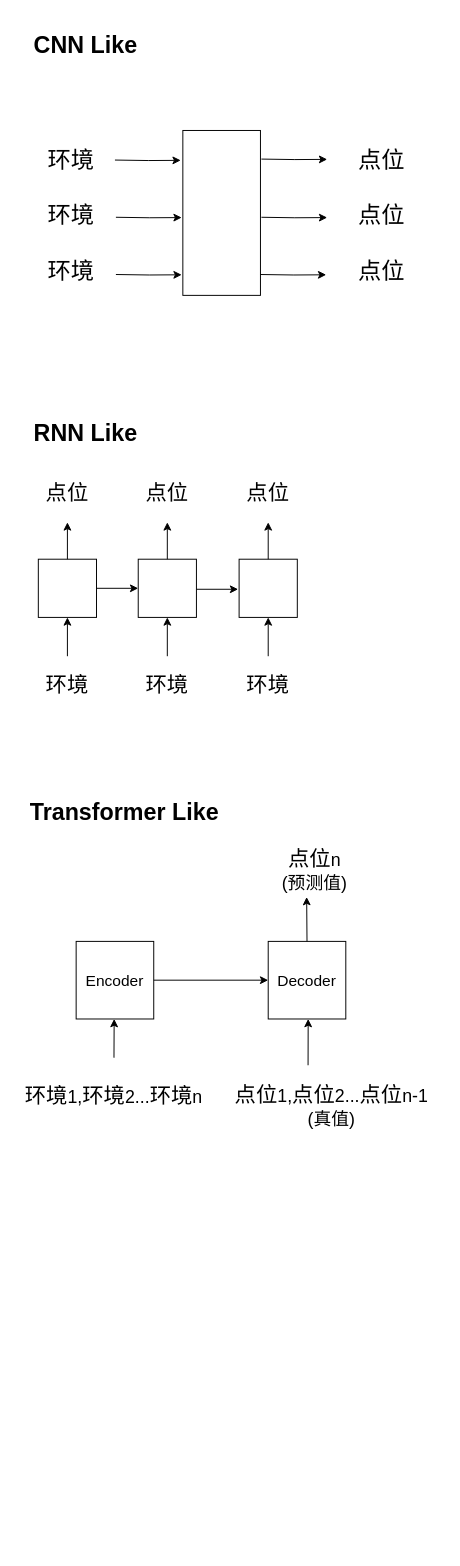
Earlier version of the draw.io diagram 方案.drawio (Yatttin/xcmg). Source tidied: cells renumbered, new cells numbered last; positions are measured from the earlier drawing's top-left corner, leaving out a move shared by most shapes. Both pictures are drawn from the tidied source at 97%, with x=0, y=0 at pixel (16, 16).
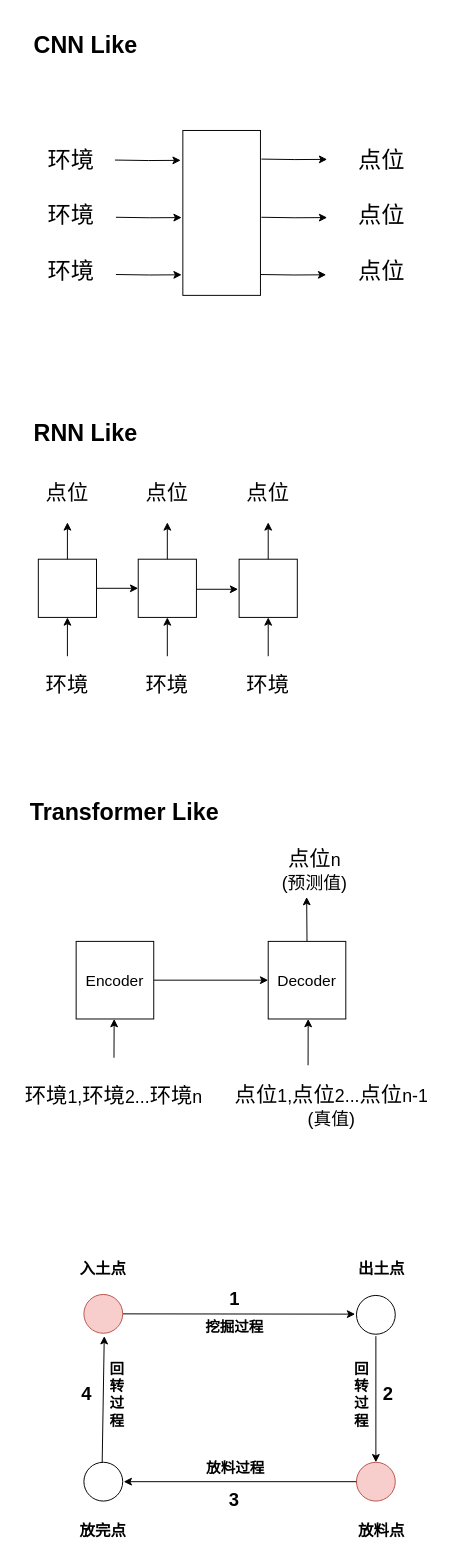
The same page after the edit.

Change to the diagram source:
```diff
@@
+    <mxCell id="41" style="endArrow=classic;html=1;rounded=0;entryX=0.482;entryY=1.034;entryDx=0;entryDy=0;entryPerimeter=0;" parent="1" edge="1" source="43" target="48">
+      <mxGeometry relative="1" as="geometry" />
+    </mxCell>
+    <mxCell id="42" style="endArrow=classic;html=1;rounded=0;" parent="1" edge="1" target="43">
+      <mxGeometry relative="1" as="geometry">
+        <mxPoint x="108" y="1337" as="sourcePoint" />
+      </mxGeometry>
+    </mxCell>
+    <mxCell id="43" style="ellipse;whiteSpace=wrap;html=1;direction=south;fillColor=#f8cecc;strokeColor=#b85450;" parent="1" vertex="1">
+      <mxGeometry x="69" y="1317" width="40" height="40" as="geometry" />
+    </mxCell>
+    <mxCell id="44" value="入土点" style="rounded=0;whiteSpace=wrap;html=1;strokeColor=none;fontSize=16;fontStyle=1;" parent="1" vertex="1">
+      <mxGeometry x="39" y="1270" width="100" height="40" as="geometry" />
+    </mxCell>
+    <mxCell id="45" value="放料点" style="rounded=0;whiteSpace=wrap;html=1;strokeColor=none;fontSize=16;fontStyle=1;" parent="1" vertex="1">
+      <mxGeometry x="326" y="1540" width="100" height="40" as="geometry" />
+    </mxCell>
+    <mxCell id="46" value="放完点" style="rounded=0;whiteSpace=wrap;html=1;strokeColor=none;fontSize=16;fontStyle=1;" parent="1" vertex="1">
+      <mxGeometry x="39" y="1540" width="100" height="40" as="geometry" />
+    </mxCell>
+    <mxCell id="47" value="出土点" style="rounded=0;whiteSpace=wrap;html=1;strokeColor=none;fontSize=16;fontStyle=1;" parent="1" vertex="1">
+      <mxGeometry x="326" y="1270" width="100" height="40" as="geometry" />
+    </mxCell>
+    <mxCell id="48" style="ellipse;whiteSpace=wrap;html=1;direction=south;" parent="1" vertex="1">
+      <mxGeometry x="350" y="1318" width="40" height="40" as="geometry" />
+    </mxCell>
+    <mxCell id="49" style="ellipse;whiteSpace=wrap;html=1;direction=south;fillColor=#f8cecc;strokeColor=#b85450;" parent="1" vertex="1">
+      <mxGeometry x="350" y="1490" width="40" height="40" as="geometry" />
+    </mxCell>
+    <mxCell id="50" style="ellipse;whiteSpace=wrap;html=1;direction=south;" parent="1" vertex="1">
+      <mxGeometry x="69" y="1490" width="40" height="40" as="geometry" />
+    </mxCell>
+    <mxCell id="51" style="endArrow=classic;html=1;rounded=0;" parent="1" edge="1" target="49">
+      <mxGeometry relative="1" as="geometry">
+        <mxPoint x="370" y="1360" as="sourcePoint" />
+      </mxGeometry>
+    </mxCell>
+    <mxCell id="52" style="endArrow=classic;html=1;rounded=0;" parent="1" edge="1">
+      <mxGeometry relative="1" as="geometry">
+        <mxPoint x="350" y="1510" as="sourcePoint" />
+        <mxPoint x="110" y="1510" as="targetPoint" />
+      </mxGeometry>
+    </mxCell>
+    <mxCell id="53" style="endArrow=classic;html=1;rounded=0;exitX=0.012;exitY=0.529;exitDx=0;exitDy=0;exitPerimeter=0;" parent="1" edge="1" source="50">
+      <mxGeometry relative="1" as="geometry">
+        <mxPoint x="90" y="1360" as="targetPoint" />
+      </mxGeometry>
+    </mxCell>
+    <mxCell id="54" value="&lt;b&gt;&lt;font style=&quot;font-size: 19px;&quot;&gt;1&lt;/font&gt;&lt;/b&gt;" style="rounded=0;whiteSpace=wrap;html=1;strokeColor=none;" parent="1" vertex="1">
+      <mxGeometry x="219.5" y="1312" width="9" height="20" as="geometry" />
+    </mxCell>
+    <mxCell id="55" value="&lt;b&gt;&lt;font style=&quot;font-size: 19px;&quot;&gt;2&lt;/font&gt;&lt;/b&gt;" style="rounded=0;whiteSpace=wrap;html=1;strokeColor=none;" parent="1" vertex="1">
+      <mxGeometry x="373" y="1410" width="20" height="20" as="geometry" />
+    </mxCell>
+    <mxCell id="56" value="&lt;b&gt;&lt;font style=&quot;font-size: 19px;&quot;&gt;3&lt;/font&gt;&lt;/b&gt;" style="rounded=0;whiteSpace=wrap;html=1;strokeColor=none;" parent="1" vertex="1">
+      <mxGeometry x="214" y="1520" width="20" height="20" as="geometry" />
+    </mxCell>
+    <mxCell id="57" value="&lt;b&gt;&lt;font style=&quot;font-size: 19px;&quot;&gt;4&lt;/font&gt;&lt;/b&gt;" style="rounded=0;whiteSpace=wrap;html=1;strokeColor=none;" parent="1" vertex="1">
+      <mxGeometry x="62" y="1410" width="20" height="20" as="geometry" />
+    </mxCell>
+    <mxCell id="58" value="&lt;b&gt;&lt;font style=&quot;font-size: 15px;&quot;&gt;挖掘过程&lt;/font&gt;&lt;/b&gt;" style="rounded=0;whiteSpace=wrap;html=1;strokeColor=none;" parent="1" vertex="1">
+      <mxGeometry x="174.5" y="1340" width="99" height="20" as="geometry" />
+    </mxCell>
+    <mxCell id="59" value="&lt;b&gt;&lt;font style=&quot;font-size: 15px;&quot;&gt;放料过程&lt;/font&gt;&lt;/b&gt;" style="rounded=0;whiteSpace=wrap;html=1;strokeColor=none;" parent="1" vertex="1">
+      <mxGeometry x="176" y="1486" width="99" height="20" as="geometry" />
+    </mxCell>
+    <mxCell id="60" value="&lt;span style=&quot;font-size: 15px;&quot;&gt;&lt;b&gt;回转&lt;/b&gt;&lt;/span&gt;&lt;br&gt;&lt;div&gt;&lt;div&gt;&lt;b&gt;&lt;font style=&quot;font-size: 15px;&quot;&gt;过&lt;/font&gt;&lt;/b&gt;&lt;div&gt;&lt;b&gt;&lt;font style=&quot;font-size: 15px;&quot;&gt;程&lt;/font&gt;&lt;/b&gt;&lt;/div&gt;&lt;/div&gt;&lt;/div&gt;" style="rounded=0;whiteSpace=wrap;html=1;strokeColor=none;" parent="1" vertex="1">
+      <mxGeometry x="348" y="1390" width="15" height="60" as="geometry" />
+    </mxCell>
+    <mxCell id="61" value="&lt;span style=&quot;font-size: 15px;&quot;&gt;&lt;b&gt;回转&lt;/b&gt;&lt;/span&gt;&lt;br&gt;&lt;div&gt;&lt;div&gt;&lt;b&gt;&lt;font style=&quot;font-size: 15px;&quot;&gt;过&lt;/font&gt;&lt;/b&gt;&lt;div&gt;&lt;b&gt;&lt;font style=&quot;font-size: 15px;&quot;&gt;程&lt;/font&gt;&lt;/b&gt;&lt;/div&gt;&lt;/div&gt;&lt;/div&gt;" style="rounded=0;whiteSpace=wrap;html=1;strokeColor=none;" parent="1" vertex="1">
+      <mxGeometry x="96" y="1390" width="15" height="60" as="geometry" />
+    </mxCell>
```
